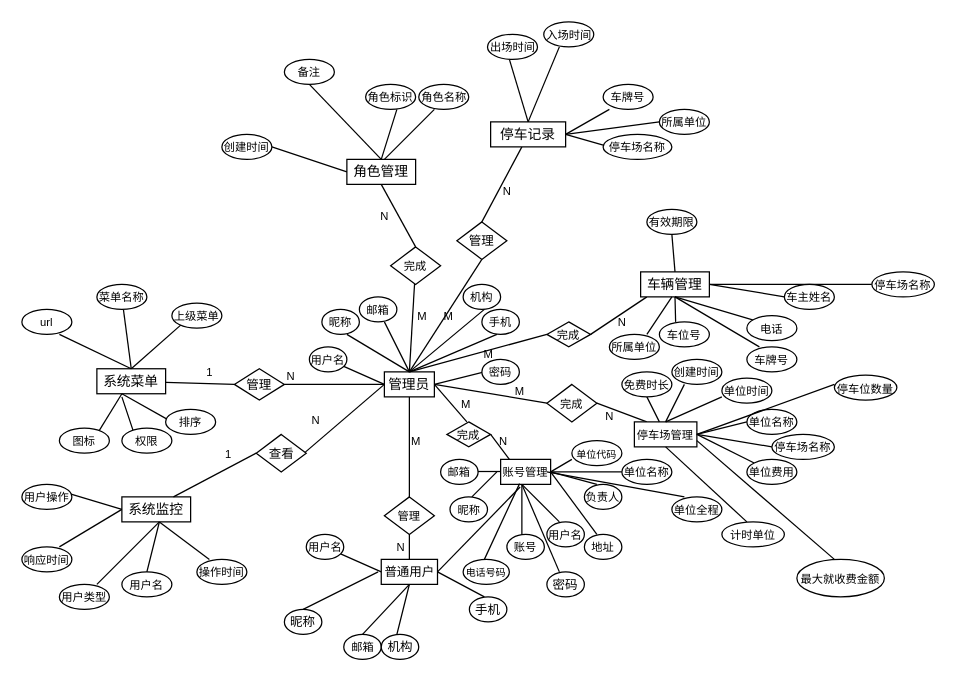
This is Untitled Diagram.drawio from aimuzidenvhai/FullStackOpen-Homework, a draw.io file, before an edit. Source tidied: cells renumbered, new cells numbered last; positions are measured from the earlier drawing's top-left corner, leaving out a move shared by most shapes. Both pictures are drawn from the tidied source at 125%, with x=0, y=0 at pixel (21, 21).
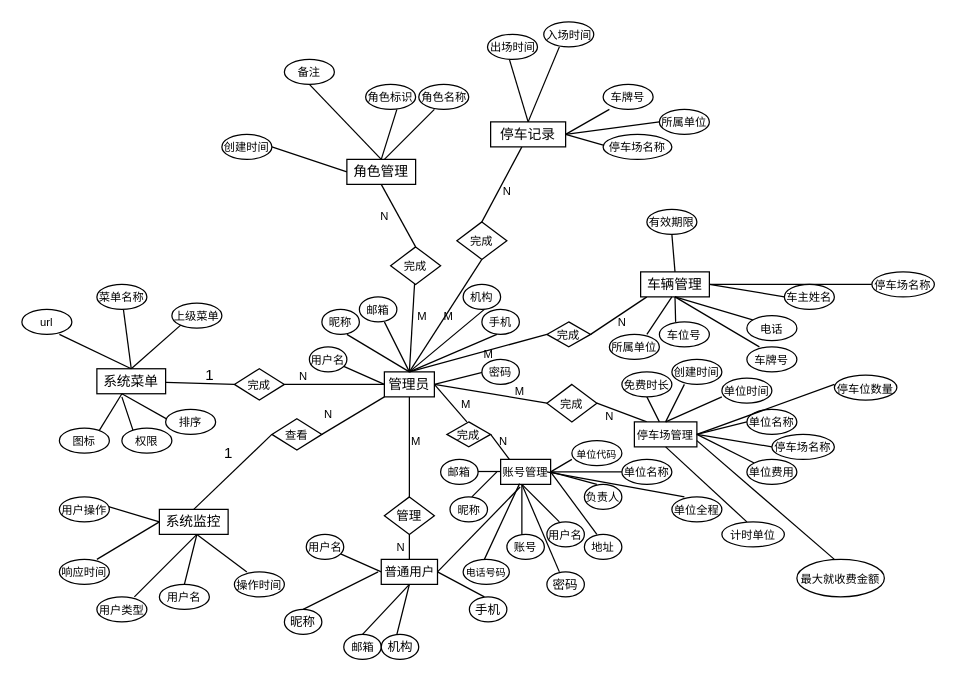
After the change.

The change refers to these unchanged cells:
```xml
<mxCell id="2" value="&lt;font style=&quot;font-size: 11px;&quot;&gt;管理员&lt;/font&gt;" style="rounded=0;whiteSpace=wrap;html=1;" parent="1" vertex="1">
  <mxGeometry x="290" y="280" width="40" height="20" as="geometry" />
</mxCell>
```

The edit, as a diff of the source:
```diff
@@
-    <mxCell id="25" value="&lt;font size=&quot;1&quot;&gt;管理&lt;/font&gt;" style="rhombus;whiteSpace=wrap;html=1;" parent="1" vertex="1">
+    <mxCell id="25" value="&lt;font style=&quot;font-size: 9px;&quot;&gt;完成&lt;/font&gt;" style="rhombus;whiteSpace=wrap;html=1;" parent="1" vertex="1">
       <mxGeometry x="348" y="160" width="40" height="30" as="geometry" />
     </mxCell>
@@
-    <mxCell id="27" value="&lt;font style=&quot;font-size: 9px;&quot;&gt;管理&lt;/font&gt;" style="rhombus;whiteSpace=wrap;html=1;" parent="1" vertex="1">
+    <mxCell id="27" value="&lt;font size=&quot;1&quot;&gt;管理&lt;/font&gt;" style="rhombus;whiteSpace=wrap;html=1;" parent="1" vertex="1">
       <mxGeometry x="290" y="380" width="40" height="30" as="geometry" />
     </mxCell>
@@
-    <mxCell id="56" style="endArrow=none;html=1;rounded=0;" parent="1" edge="1">
-      <mxGeometry relative="1" as="geometry">
-        <mxPoint x="220" y="350" as="sourcePoint" />
-        <mxPoint x="290" y="290" as="targetPoint" />
-      </mxGeometry>
-    </mxCell>
@@
-    <mxCell id="58" value="&lt;font size=&quot;1&quot;&gt;查看&lt;/font&gt;" style="rhombus;whiteSpace=wrap;html=1;" parent="1" vertex="1">
-      <mxGeometry x="187.5" y="330" width="40" height="30" as="geometry" />
-    </mxCell>
-    <mxCell id="59" value="&lt;font size=&quot;1&quot;&gt;管理&lt;/font&gt;" style="rhombus;whiteSpace=wrap;html=1;" parent="1" vertex="1">
+    <mxCell id="59" value="&lt;font style=&quot;font-size: 9px;&quot;&gt;完成&lt;/font&gt;" style="rhombus;whiteSpace=wrap;html=1;" parent="1" vertex="1">
       <mxGeometry x="170" y="277.5" width="40" height="25" as="geometry" />
     </mxCell>
@@
     <mxCell id="98" value="&lt;font style=&quot;font-size: 11px;&quot;&gt;系统监控&lt;/font&gt;" style="rounded=0;whiteSpace=wrap;html=1;" parent="1" vertex="1">
-      <mxGeometry x="80" y="380" width="55" height="20" as="geometry" />
+      <mxGeometry x="110" y="390" width="55" height="20" as="geometry" />
     </mxCell>
-    <mxCell id="99" style="endArrow=none;html=1;rounded=0;entryX=0;entryY=0.5;entryDx=0;entryDy=0;exitX=0.75;exitY=0;exitDx=0;exitDy=0;" parent="1" edge="1" source="98" target="58">
-      <mxGeometry relative="1" as="geometry" />
-    </mxCell>
@@
     <mxCell id="101" value="&lt;font style=&quot;font-size: 9px;&quot;&gt;N&lt;/font&gt;" style="text;html=1;align=center;verticalAlign=middle;strokeColor=none;fillColor=none;" parent="1" vertex="1">
-      <mxGeometry x="200" y="267.5" width="30" height="30" as="geometry" />
+      <mxGeometry x="210" y="267.5" width="30" height="30" as="geometry" />
     </mxCell>
-    <mxCell id="102" value="&lt;font style=&quot;font-size: 9px;&quot;&gt;1&lt;/font&gt;" style="text;html=1;align=center;verticalAlign=middle;strokeColor=none;fillColor=none;" parent="1" vertex="1">
-      <mxGeometry x="150" y="330" width="30" height="30" as="geometry" />
-    </mxCell>
@@
     <mxCell id="126" style="endArrow=none;html=1;rounded=0;" parent="1" edge="1">
       <mxGeometry relative="1" as="geometry">
-        <mxPoint x="60" y="450" as="sourcePoint" />
-        <mxPoint x="110" y="400" as="targetPoint" />
+        <mxPoint x="90" y="460" as="sourcePoint" />
+        <mxPoint x="140" y="410" as="targetPoint" />
       </mxGeometry>
     </mxCell>
     <mxCell id="127" style="endArrow=none;html=1;rounded=0;" parent="1" edge="1">
       <mxGeometry relative="1" as="geometry">
-        <mxPoint x="100" y="440" as="sourcePoint" />
-        <mxPoint x="110" y="400" as="targetPoint" />
+        <mxPoint x="130" y="450" as="sourcePoint" />
+        <mxPoint x="140" y="410" as="targetPoint" />
       </mxGeometry>
     </mxCell>
     <mxCell id="128" style="endArrow=none;html=1;rounded=0;" parent="1" edge="1">
       <mxGeometry relative="1" as="geometry">
-        <mxPoint x="30" y="375" as="sourcePoint" />
-        <mxPoint x="80" y="390" as="targetPoint" />
+        <mxPoint x="60" y="385" as="sourcePoint" />
+        <mxPoint x="110" y="400" as="targetPoint" />
       </mxGeometry>
     </mxCell>
     <mxCell id="129" style="endArrow=none;html=1;rounded=0;" parent="1" edge="1">
       <mxGeometry relative="1" as="geometry">
-        <mxPoint x="30" y="420" as="sourcePoint" />
-        <mxPoint x="80" y="390" as="targetPoint" />
+        <mxPoint x="60" y="430" as="sourcePoint" />
+        <mxPoint x="110" y="400" as="targetPoint" />
       </mxGeometry>
     </mxCell>
@@
     <mxCell id="131" style="endArrow=none;html=1;rounded=0;" parent="1" edge="1">
       <mxGeometry relative="1" as="geometry">
-        <mxPoint x="150" y="430" as="sourcePoint" />
-        <mxPoint x="110" y="400" as="targetPoint" />
+        <mxPoint x="180" y="440" as="sourcePoint" />
+        <mxPoint x="140" y="410" as="targetPoint" />
       </mxGeometry>
     </mxCell>
@@
     <mxCell id="162" value="&lt;font style=&quot;font-size: 9px;&quot;&gt;操作时间&lt;/font&gt;" style="ellipse;whiteSpace=wrap;html=1;" parent="1" vertex="1">
-      <mxGeometry x="140" y="430" width="40" height="20" as="geometry" />
+      <mxGeometry x="170" y="440" width="40" height="20" as="geometry" />
     </mxCell>
     <mxCell id="163" value="&lt;font style=&quot;font-size: 9px;&quot;&gt;用户名&lt;/font&gt;" style="ellipse;whiteSpace=wrap;html=1;" parent="1" vertex="1">
-      <mxGeometry x="80" y="440" width="40" height="20" as="geometry" />
+      <mxGeometry x="110" y="450" width="40" height="20" as="geometry" />
     </mxCell>
     <mxCell id="164" value="&lt;font style=&quot;font-size: 9px;&quot;&gt;用户类型&lt;/font&gt;" style="ellipse;whiteSpace=wrap;html=1;" parent="1" vertex="1">
-      <mxGeometry x="30" y="450" width="40" height="20" as="geometry" />
+      <mxGeometry x="60" y="460" width="40" height="20" as="geometry" />
     </mxCell>
     <mxCell id="165" value="&lt;font style=&quot;font-size: 9px;&quot;&gt;响应时间&lt;/font&gt;" style="ellipse;whiteSpace=wrap;html=1;" parent="1" vertex="1">
-      <mxGeometry y="420" width="40" height="20" as="geometry" />
+      <mxGeometry x="30" y="430" width="40" height="20" as="geometry" />
     </mxCell>
     <mxCell id="166" value="&lt;font style=&quot;font-size: 9px;&quot;&gt;用户操作&lt;/font&gt;" style="ellipse;whiteSpace=wrap;html=1;" parent="1" vertex="1">
-      <mxGeometry y="370" width="40" height="20" as="geometry" />
+      <mxGeometry x="30" y="380" width="40" height="20" as="geometry" />
     </mxCell>
+    <mxCell id="169" value="1" style="text;html=1;align=center;verticalAlign=middle;strokeColor=none;fillColor=none;" parent="1" vertex="1">
+      <mxGeometry x="135" y="268" width="30" height="30" as="geometry" />
+    </mxCell>
+    <mxCell id="170" style="endArrow=none;html=1;rounded=0;exitX=0;exitY=1;exitDx=0;exitDy=0;" parent="1" edge="1" source="2">
+      <mxGeometry relative="1" as="geometry">
+        <mxPoint x="240" y="330" as="targetPoint" />
+      </mxGeometry>
+    </mxCell>
+    <mxCell id="58" value="&lt;font style=&quot;font-size: 9px;&quot;&gt;查看&lt;/font&gt;" style="rhombus;whiteSpace=wrap;html=1;direction=east;" parent="1" vertex="1">
+      <mxGeometry x="200" y="317.5" width="40" height="25" as="geometry" />
+    </mxCell>
+    <mxCell id="99" style="endArrow=none;html=1;rounded=0;exitX=0.5;exitY=0;exitDx=0;exitDy=0;entryX=0;entryY=0.5;entryDx=0;entryDy=0;" parent="1" edge="1" source="98" target="58">
+      <mxGeometry relative="1" as="geometry" />
+    </mxCell>
+    <mxCell id="171" value="1" style="text;html=1;align=center;verticalAlign=middle;strokeColor=none;fillColor=none;" parent="1" vertex="1">
+      <mxGeometry x="150" y="330" width="30" height="30" as="geometry" />
+    </mxCell>
     <mxCell id="167" value="&lt;font style=&quot;font-size: 9px;&quot;&gt;N&lt;/font&gt;" style="text;html=1;align=center;verticalAlign=middle;strokeColor=none;fillColor=none;" parent="1" vertex="1">
-      <mxGeometry x="220" y="302.5" width="30" height="30" as="geometry" />
+      <mxGeometry x="230" y="298" width="30" height="30" as="geometry" />
     </mxCell>
-    <mxCell id="168" value="&lt;font style=&quot;font-size: 9px;&quot;&gt;1&lt;/font&gt;" style="text;html=1;align=center;verticalAlign=middle;strokeColor=none;fillColor=none;" parent="1" vertex="1">
-      <mxGeometry x="135" y="265" width="30" height="30" as="geometry" />
-    </mxCell>
```
